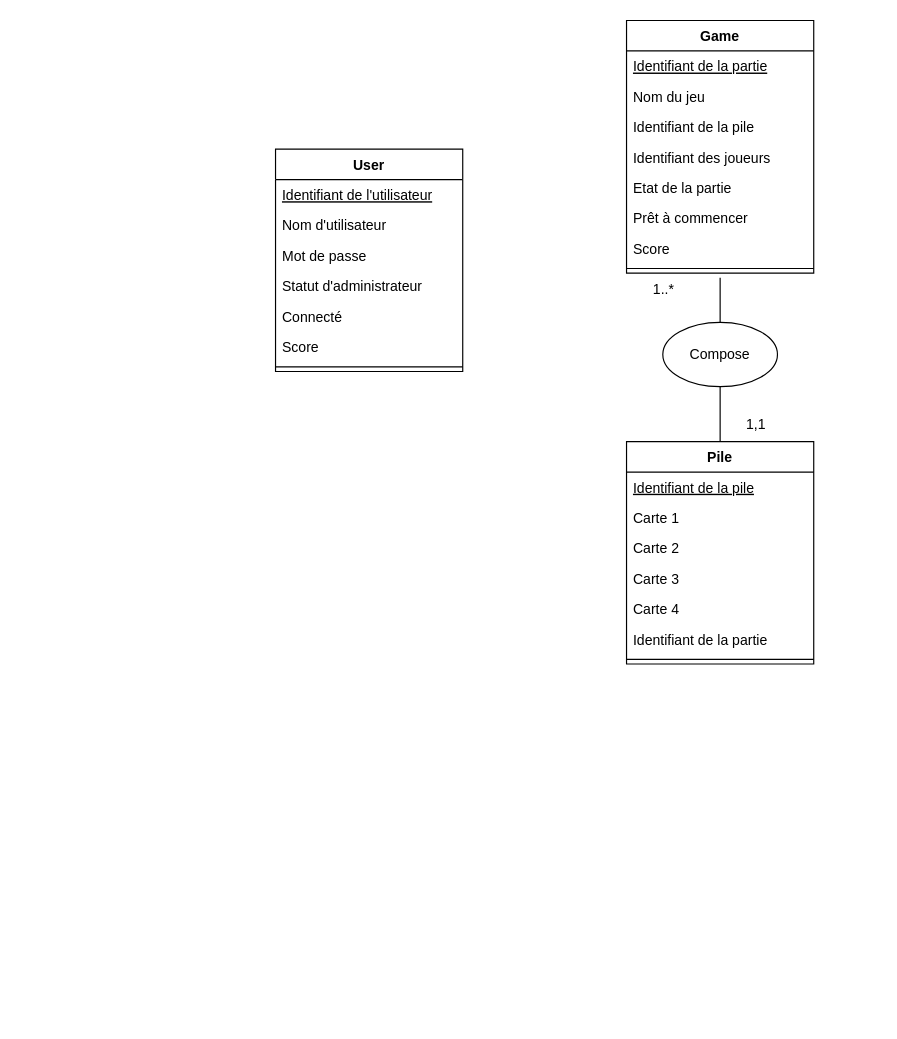
MailineN/ProjetInfo2A keeps this draw.io diagram as Diagrams/MCD2.drawio. Above is the earlier version. Source tidied: cells renumbered, new cells numbered last; positions are measured from the earlier drawing's top-left corner, leaving out a move shared by most shapes. Both pictures are drawn from the tidied source at 117%, with x=0, y=0 at pixel (275, 20).
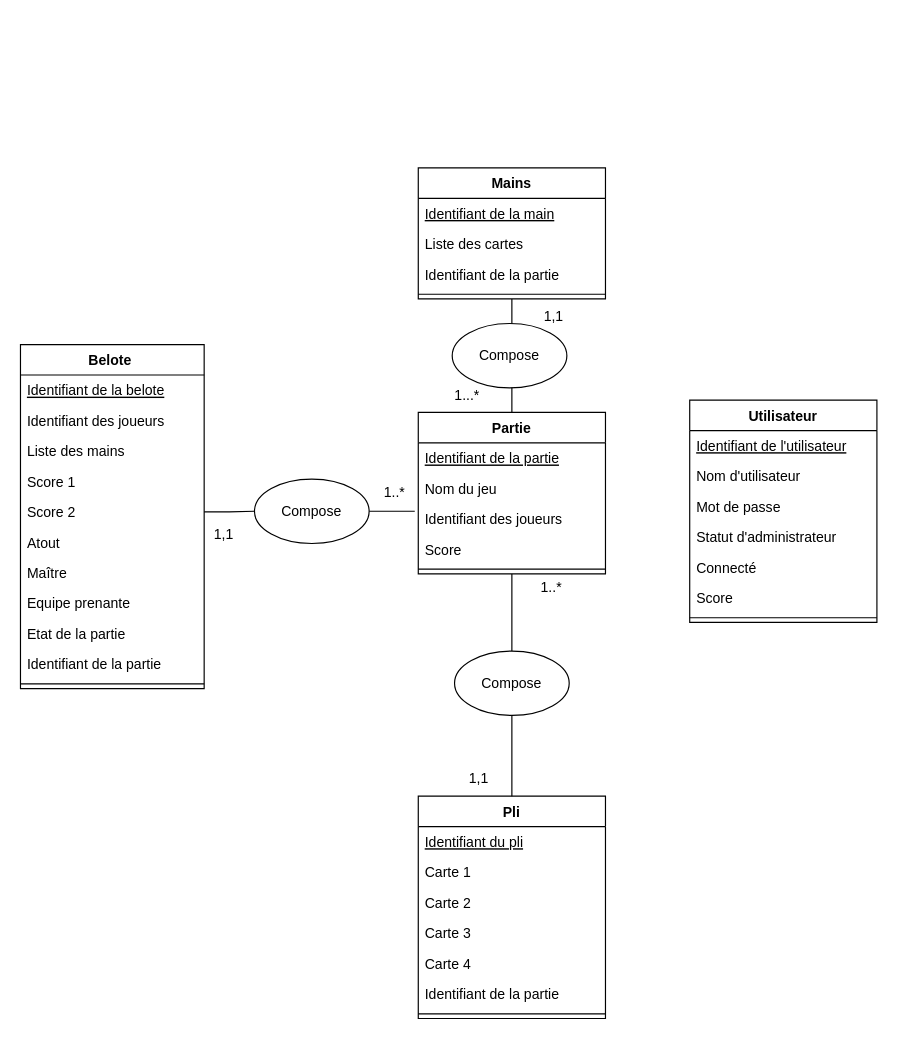
Above is the later version.

The edit, as a diff of the source:
```diff
@@
-    <mxCell id="2" value="User" style="swimlane;fontStyle=1;align=center;verticalAlign=top;horizontal=1;startSize=26;" parent="1" vertex="1">
-      <mxGeometry y="110" width="160" height="190" as="geometry" />
+    <mxCell id="2" value="Utilisateur" style="swimlane;fontStyle=1;align=center;verticalAlign=top;horizontal=1;startSize=26;" parent="1" vertex="1">
+      <mxGeometry x="354" y="324.5" width="160" height="190" as="geometry" />
     </mxCell>
@@
-    <mxCell id="10" style="edgeStyle=orthogonalEdgeStyle;rounded=0;jettySize=auto;html=1;exitX=0.5;exitY=0;exitDx=0;exitDy=0;endArrow=none;endFill=0;startSize=13;endSize=11;" parent="1" edge="1" source="11">
-      <mxGeometry relative="1" as="geometry">
-        <mxPoint x="380" y="220" as="targetPoint" />
-      </mxGeometry>
+    <mxCell id="10" style="edgeStyle=orthogonalEdgeStyle;rounded=0;jettySize=auto;html=1;exitX=0.5;exitY=0;exitDx=0;exitDy=0;endArrow=none;endFill=0;startSize=13;endSize=11;entryX=0.5;entryY=1;entryDx=0;entryDy=0;" parent="1" edge="1" source="30" target="19">
+      <mxGeometry relative="1" as="geometry" />
     </mxCell>
-    <mxCell id="11" value="Pile" style="swimlane;fontStyle=1;align=center;verticalAlign=top;horizontal=1;startSize=26;" parent="1" vertex="1">
-      <mxGeometry x="300" y="360" width="160" height="190" as="geometry" />
+    <mxCell id="11" value="Pli" style="swimlane;fontStyle=1;align=center;verticalAlign=top;horizontal=1;startSize=26;" parent="1" vertex="1">
+      <mxGeometry x="122" y="663" width="160" height="190" as="geometry" />
     </mxCell>
-    <mxCell id="12" value="Identifiant de la pile" style="text;strokeColor=none;fillColor=none;align=left;verticalAlign=top;spacingLeft=4;spacingRight=4;overflow=hidden;fontStyle=4;" parent="11" vertex="1">
+    <mxCell id="12" value="Identifiant du pli" style="text;strokeColor=none;fillColor=none;align=left;verticalAlign=top;spacingLeft=4;spacingRight=4;overflow=hidden;fontStyle=4;" parent="11" vertex="1">
       <mxGeometry y="26" width="160" height="26" as="geometry" />
     </mxCell>
@@
+    <mxCell id="31" style="edgeStyle=orthogonalEdgeStyle;rounded=0;jettySize=auto;html=1;exitX=0.5;exitY=0;exitDx=0;exitDy=0;entryX=0.5;entryY=1;entryDx=0;entryDy=0;endArrow=none;endFill=0;" parent="1" edge="1" source="19" target="45">
+      <mxGeometry relative="1" as="geometry" />
+    </mxCell>
-    <mxCell id="19" value="Game" style="swimlane;fontStyle=1;align=center;verticalAlign=top;horizontal=1;startSize=26;" parent="1" vertex="1">
-      <mxGeometry x="300" width="160" height="216" as="geometry" />
+    <mxCell id="19" value="Partie" style="swimlane;fontStyle=1;align=center;verticalAlign=top;horizontal=1;startSize=26;" parent="1" vertex="1">
+      <mxGeometry x="122" y="335" width="160" height="138" as="geometry" />
     </mxCell>
@@
-    <mxCell id="22" value="Identifiant de la pile" style="text;strokeColor=none;fillColor=none;align=left;verticalAlign=top;spacingLeft=4;spacingRight=4;overflow=hidden;" parent="19" vertex="1">
-      <mxGeometry y="78" width="160" height="26" as="geometry" />
-    </mxCell>
     <mxCell id="23" value="Identifiant des joueurs" style="text;strokeColor=none;fillColor=none;align=left;verticalAlign=top;spacingLeft=4;spacingRight=4;overflow=hidden;points=[[0,0.5],[1,0.5]];portConstraint=eastwest;" parent="19" vertex="1">
-      <mxGeometry y="104" width="160" height="26" as="geometry" />
+      <mxGeometry y="78" width="160" height="26" as="geometry" />
     </mxCell>
-    <mxCell id="24" value="Etat de la partie" style="text;strokeColor=none;fillColor=none;align=left;verticalAlign=top;spacingLeft=4;spacingRight=4;overflow=hidden;" parent="19" vertex="1">
-      <mxGeometry y="130" width="160" height="26" as="geometry" />
-    </mxCell>
-    <mxCell id="25" value="Prêt à commencer" style="text;strokeColor=none;fillColor=none;align=left;verticalAlign=top;spacingLeft=4;spacingRight=4;overflow=hidden;" parent="19" vertex="1">
-      <mxGeometry y="156" width="160" height="26" as="geometry" />
-    </mxCell>
     <mxCell id="26" value="Score" style="text;strokeColor=none;fillColor=none;align=left;verticalAlign=top;spacingLeft=4;spacingRight=4;overflow=hidden;" parent="19" vertex="1">
-      <mxGeometry y="182" width="160" height="26" as="geometry" />
+      <mxGeometry y="104" width="160" height="26" as="geometry" />
     </mxCell>
     <mxCell id="27" style="line;strokeWidth=1;fillColor=none;align=left;verticalAlign=middle;spacingTop=-1;spacingLeft=3;spacingRight=3;labelPosition=right;" parent="19" vertex="1">
-      <mxGeometry y="208" width="160" height="8" as="geometry" />
+      <mxGeometry y="130" width="160" height="8" as="geometry" />
     </mxCell>
     <mxCell id="28" value="1,1" style="text;html=1;strokeColor=none;fillColor=none;align=center;verticalAlign=middle;whiteSpace=wrap;rounded=0;fontSize=12;" parent="1" vertex="1">
-      <mxGeometry x="391" y="336" width="40" height="20" as="geometry" />
+      <mxGeometry x="154" y="638" width="40" height="20" as="geometry" />
     </mxCell>
     <mxCell id="29" value="1..*" style="text;html=1;strokeColor=none;fillColor=none;align=center;verticalAlign=middle;whiteSpace=wrap;rounded=0;fontSize=12;" parent="1" vertex="1">
-      <mxGeometry x="312" y="220" width="40" height="20" as="geometry" />
+      <mxGeometry x="216" y="475" width="40" height="20" as="geometry" />
     </mxCell>
     <mxCell id="30" value="Compose" style="ellipse;whiteSpace=wrap;html=1;" parent="1" vertex="1">
-      <mxGeometry x="331" y="258" width="98" height="55" as="geometry" />
+      <mxGeometry x="153" y="539" width="98" height="55" as="geometry" />
     </mxCell>
+    <mxCell id="32" style="edgeStyle=orthogonalEdgeStyle;rounded=0;jettySize=auto;html=1;exitX=0.5;exitY=0;exitDx=0;exitDy=0;endArrow=none;endFill=0;startSize=13;endSize=11;entryX=0.5;entryY=1;entryDx=0;entryDy=0;" parent="1" edge="1" source="11" target="30">
+      <mxGeometry relative="1" as="geometry" />
+    </mxCell>
+    <mxCell id="33" value="Belote " style="swimlane;fontStyle=1;align=center;verticalAlign=top;horizontal=1;startSize=26;" parent="1" vertex="1">
+      <mxGeometry x="-218" y="277" width="157" height="294" as="geometry" />
+    </mxCell>
+    <mxCell id="34" value="Identifiant de la belote" style="text;strokeColor=none;fillColor=none;align=left;verticalAlign=top;spacingLeft=4;spacingRight=4;overflow=hidden;fontStyle=4;" parent="33" vertex="1">
+      <mxGeometry y="26" width="157" height="26" as="geometry" />
+    </mxCell>
+    <mxCell id="35" value="Identifiant des joueurs" style="text;strokeColor=none;fillColor=none;align=left;verticalAlign=top;spacingLeft=4;spacingRight=4;overflow=hidden;" parent="33" vertex="1">
+      <mxGeometry y="52" width="157" height="26" as="geometry" />
+    </mxCell>
+    <mxCell id="36" value="Liste des mains" style="text;strokeColor=none;fillColor=none;align=left;verticalAlign=top;spacingLeft=4;spacingRight=4;overflow=hidden;" parent="33" vertex="1">
+      <mxGeometry y="78" width="157" height="26" as="geometry" />
+    </mxCell>
+    <mxCell id="37" value="Score 1" style="text;strokeColor=none;fillColor=none;align=left;verticalAlign=top;spacingLeft=4;spacingRight=4;overflow=hidden;" parent="33" vertex="1">
+      <mxGeometry y="104" width="157" height="26" as="geometry" />
+    </mxCell>
+    <mxCell id="38" value="Score 2" style="text;strokeColor=none;fillColor=none;align=left;verticalAlign=top;spacingLeft=4;spacingRight=4;overflow=hidden;points=[[0,0.5],[1,0.5]];portConstraint=eastwest;" parent="33" vertex="1">
+      <mxGeometry y="130" width="157" height="26" as="geometry" />
+    </mxCell>
+    <mxCell id="39" value="Atout" style="text;strokeColor=none;fillColor=none;align=left;verticalAlign=top;spacingLeft=4;spacingRight=4;overflow=hidden;" parent="33" vertex="1">
+      <mxGeometry y="156" width="157" height="26" as="geometry" />
+    </mxCell>
+    <mxCell id="40" value="Maître" style="text;strokeColor=none;fillColor=none;align=left;verticalAlign=top;spacingLeft=4;spacingRight=4;overflow=hidden;" parent="33" vertex="1">
+      <mxGeometry y="182" width="157" height="26" as="geometry" />
+    </mxCell>
+    <mxCell id="41" value="Equipe prenante" style="text;strokeColor=none;fillColor=none;align=left;verticalAlign=top;spacingLeft=4;spacingRight=4;overflow=hidden;" parent="33" vertex="1">
+      <mxGeometry y="208" width="157" height="26" as="geometry" />
+    </mxCell>
+    <mxCell id="24" value="Etat de la partie" style="text;strokeColor=none;fillColor=none;align=left;verticalAlign=top;spacingLeft=4;spacingRight=4;overflow=hidden;" parent="33" vertex="1">
+      <mxGeometry y="234" width="157" height="26" as="geometry" />
+    </mxCell>
+    <mxCell id="42" value="Identifiant de la partie " style="text;strokeColor=none;fillColor=none;align=left;verticalAlign=top;spacingLeft=4;spacingRight=4;overflow=hidden;" parent="33" vertex="1">
+      <mxGeometry y="260" width="157" height="26" as="geometry" />
+    </mxCell>
+    <mxCell id="43" style="line;strokeWidth=1;fillColor=none;align=left;verticalAlign=middle;spacingTop=-1;spacingLeft=3;spacingRight=3;labelPosition=right;" parent="33" vertex="1">
+      <mxGeometry y="286" width="157" height="8" as="geometry" />
+    </mxCell>
+    <mxCell id="44" value="1,1" style="text;html=1;strokeColor=none;fillColor=none;align=center;verticalAlign=middle;whiteSpace=wrap;rounded=0;" parent="1" vertex="1">
+      <mxGeometry x="-64" y="430" width="40" height="20" as="geometry" />
+    </mxCell>
+    <mxCell id="45" value="Mains" style="swimlane;fontStyle=1;align=center;verticalAlign=top;horizontal=1;startSize=26;" parent="1" vertex="1">
+      <mxGeometry x="122" y="126" width="160" height="112" as="geometry" />
+    </mxCell>
+    <mxCell id="46" value="Identifiant de la main" style="text;strokeColor=none;fillColor=none;align=left;verticalAlign=top;spacingLeft=4;spacingRight=4;overflow=hidden;fontStyle=4;" parent="45" vertex="1">
+      <mxGeometry y="26" width="160" height="26" as="geometry" />
+    </mxCell>
+    <mxCell id="47" value="Liste des cartes " style="text;strokeColor=none;fillColor=none;align=left;verticalAlign=top;spacingLeft=4;spacingRight=4;overflow=hidden;" parent="45" vertex="1">
+      <mxGeometry y="52" width="160" height="26" as="geometry" />
+    </mxCell>
+    <mxCell id="48" value="Identifiant de la partie " style="text;strokeColor=none;fillColor=none;align=left;verticalAlign=top;spacingLeft=4;spacingRight=4;overflow=hidden;" parent="45" vertex="1">
+      <mxGeometry y="78" width="160" height="26" as="geometry" />
+    </mxCell>
+    <mxCell id="49" style="line;strokeWidth=1;fillColor=none;align=left;verticalAlign=middle;spacingTop=-1;spacingLeft=3;spacingRight=3;labelPosition=right;" parent="45" vertex="1">
+      <mxGeometry y="104" width="160" height="8" as="geometry" />
+    </mxCell>
+    <mxCell id="50" value="1...*" style="text;html=1;strokeColor=none;fillColor=none;align=center;verticalAlign=middle;whiteSpace=wrap;rounded=0;" parent="1" vertex="1">
+      <mxGeometry x="144" y="311" width="40" height="20" as="geometry" />
+    </mxCell>
+    <mxCell id="51" value="1,1" style="text;html=1;strokeColor=none;fillColor=none;align=center;verticalAlign=middle;whiteSpace=wrap;rounded=0;" parent="1" vertex="1">
+      <mxGeometry x="218" y="243" width="40" height="20" as="geometry" />
+    </mxCell>
+    <mxCell id="52" value="Compose" style="ellipse;whiteSpace=wrap;html=1;" parent="1" vertex="1">
+      <mxGeometry x="151" y="259" width="98" height="55" as="geometry" />
+    </mxCell>
+    <mxCell id="53" style="edgeStyle=orthogonalEdgeStyle;rounded=0;jettySize=auto;html=1;exitX=1;exitY=0.5;exitDx=0;exitDy=0;entryX=-0.019;entryY=0.269;entryDx=0;entryDy=0;entryPerimeter=0;endArrow=none;endFill=0;" parent="1" edge="1" source="54" target="23">
+      <mxGeometry relative="1" as="geometry" />
+    </mxCell>
+    <mxCell id="54" value="Compose" style="ellipse;whiteSpace=wrap;html=1;" parent="1" vertex="1">
+      <mxGeometry x="-18" y="392" width="98" height="55" as="geometry" />
+    </mxCell>
+    <mxCell id="55" style="edgeStyle=orthogonalEdgeStyle;rounded=0;jettySize=auto;html=1;exitX=1;exitY=0.5;exitDx=0;exitDy=0;endArrow=none;endFill=0;" parent="1" edge="1" source="38" target="54">
+      <mxGeometry relative="1" as="geometry" />
+    </mxCell>
+    <mxCell id="56" value="1..*" style="text;html=1;strokeColor=none;fillColor=none;align=center;verticalAlign=middle;whiteSpace=wrap;rounded=0;fontSize=12;" parent="1" vertex="1">
+      <mxGeometry x="82" y="394" width="40" height="20" as="geometry" />
+    </mxCell>
```
